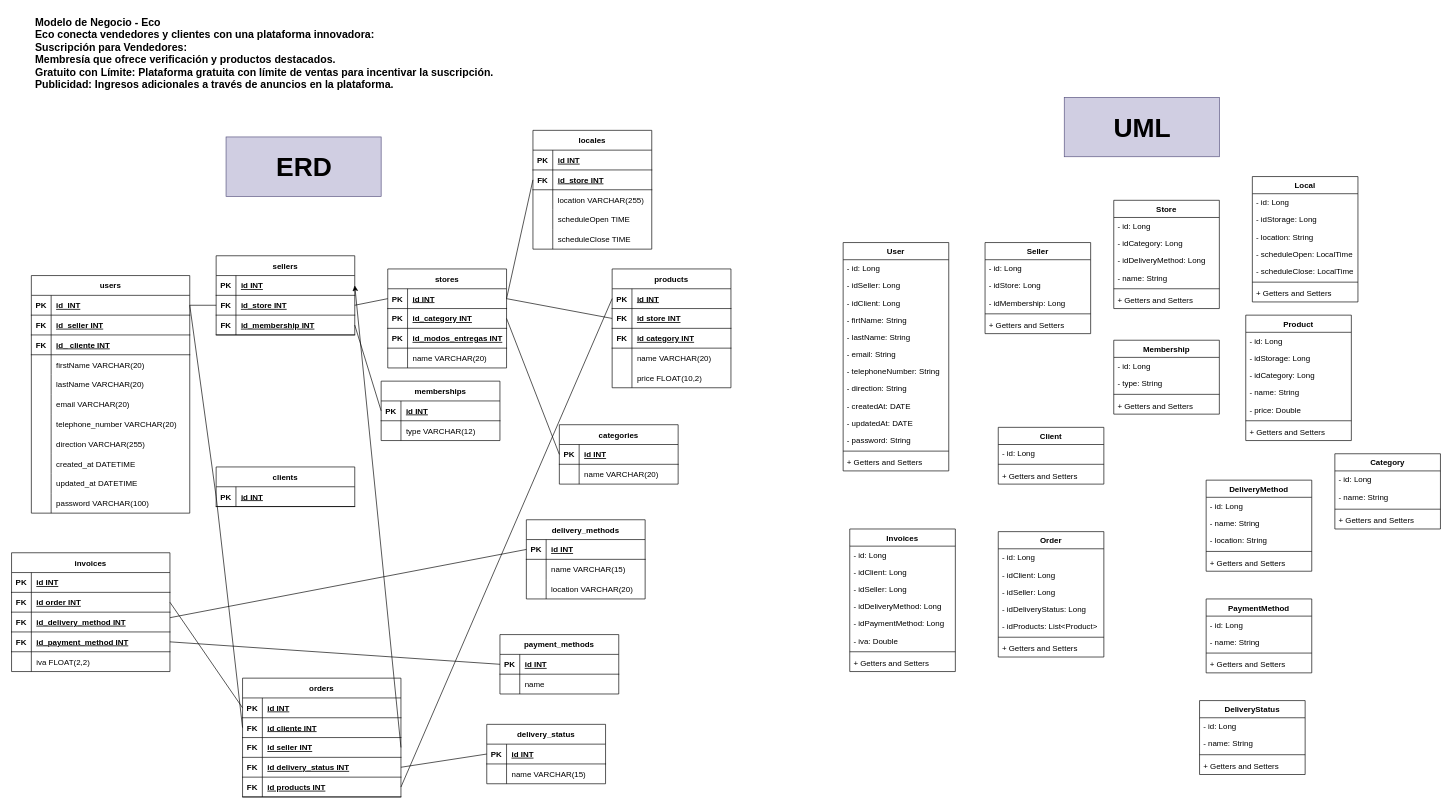
This is Main.drawio from m1gu3l-d3v/marketplace, a draw.io file, before an edit. Source tidied: cells renumbered, new cells numbered last; positions are measured from the earlier drawing's top-left corner, leaving out a move shared by most shapes. Both pictures are drawn from the tidied source at 66%, with x=0, y=0 at pixel (11, 11).
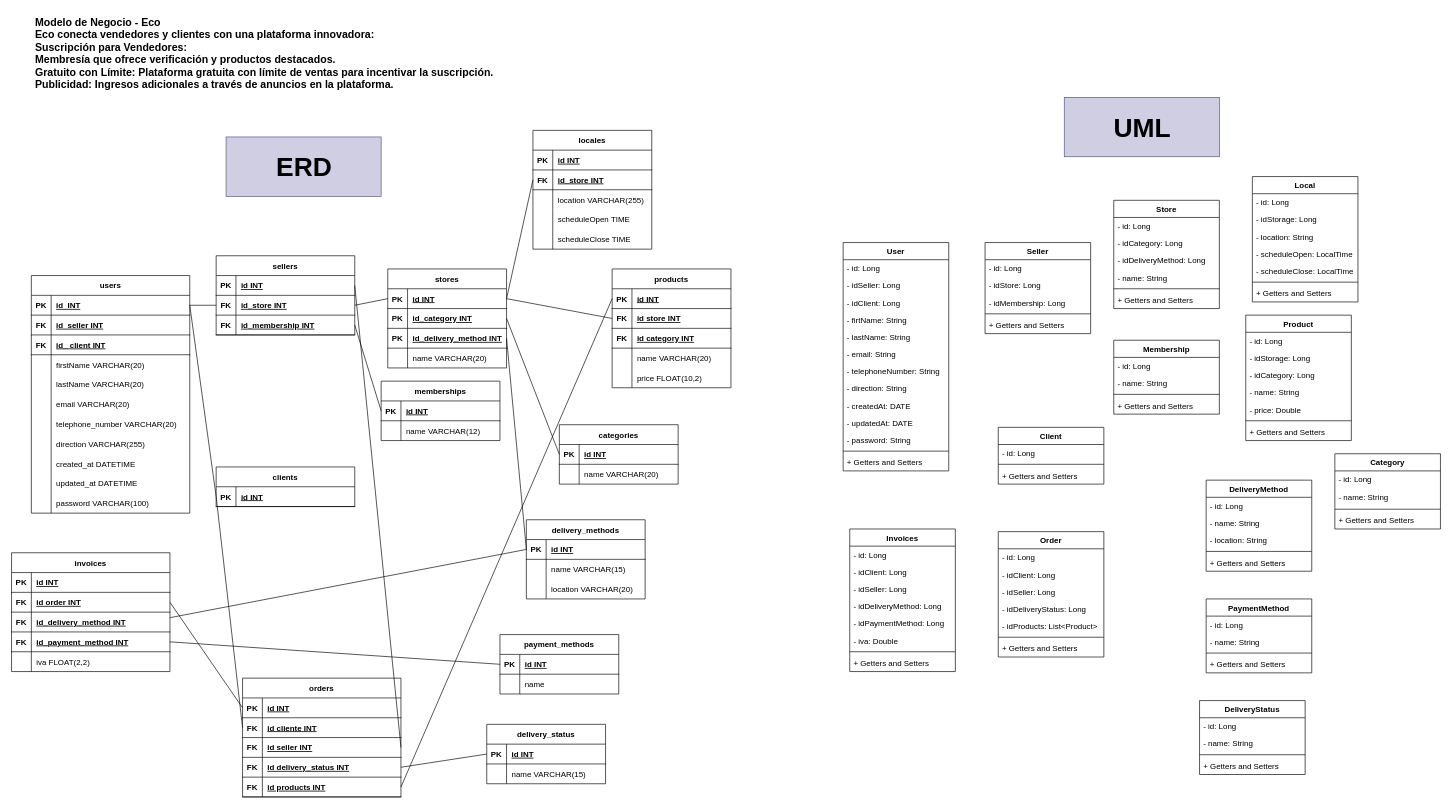
The same page after the edit.

The change refers to these unchanged cells:
```xml
<mxCell id="10" style="shape=tableRow;horizontal=0;startSize=0;swimlaneHead=0;swimlaneBody=0;fillColor=none;top=0;left=0;right=0;bottom=1;" parent="3" vertex="1">
  <mxGeometry y="90" width="240" height="30" as="geometry" />
</mxCell>
<mxCell id="38" style="shape=tableRow;horizontal=0;startSize=0;swimlaneHead=0;swimlaneBody=0;fillColor=none;points=[[0,0.5],[1,0.5]];portConstraint=eastwest;top=0;left=0;right=0;bottom=1;" parent="37" vertex="1">
  <mxGeometry y="30" width="210" height="30" as="geometry" />
</mxCell>
<mxCell id="70" style="shape=tableRow;horizontal=0;startSize=0;swimlaneHead=0;swimlaneBody=0;fillColor=none;points=[[0,0.5],[1,0.5]];portConstraint=eastwest;top=0;left=0;right=0;bottom=1;" parent="63" vertex="1">
  <mxGeometry y="90" width="180" height="30" as="geometry" />
</mxCell>
<mxCell id="84" style="shape=tableRow;horizontal=0;startSize=0;swimlaneHead=0;swimlaneBody=0;fillColor=none;points=[[0,0.5],[1,0.5]];portConstraint=eastwest;top=0;left=0;right=0;bottom=1;" parent="83" vertex="1">
  <mxGeometry y="30" width="210" height="30" as="geometry" />
</mxCell>
<mxCell id="91" style="shape=tableRow;horizontal=0;startSize=0;swimlaneHead=0;swimlaneBody=0;fillColor=none;top=0;left=0;right=0;bottom=0;" parent="87" vertex="1">
  <mxGeometry y="60" width="180" height="30" as="geometry" />
</mxCell>
<mxCell id="121" style="shape=tableRow;horizontal=0;startSize=0;swimlaneHead=0;swimlaneBody=0;fillColor=none;points=[[0,0.5],[1,0.5]];portConstraint=eastwest;top=0;left=0;right=0;bottom=1;" parent="117" vertex="1">
  <mxGeometry y="60" width="240" height="30" as="geometry" />
</mxCell>
<mxCell id="124" style="shape=tableRow;horizontal=0;startSize=0;swimlaneHead=0;swimlaneBody=0;fillColor=none;points=[[0,0.5],[1,0.5]];portConstraint=eastwest;top=0;left=0;right=0;bottom=1;" parent="117" vertex="1">
  <mxGeometry y="90" width="240" height="30" as="geometry" />
</mxCell>
<mxCell id="134" style="shape=tableRow;horizontal=0;startSize=0;swimlaneHead=0;swimlaneBody=0;fillColor=none;points=[[0,0.5],[1,0.5]];portConstraint=eastwest;top=0;left=0;right=0;bottom=1;" parent="133" vertex="1">
  <mxGeometry y="30" width="180" height="30" as="geometry" />
</mxCell>
<mxCell id="179" value="Membership" style="swimlane;fontStyle=1;align=center;verticalAlign=top;horizontal=1;startSize=26;" parent="1" vertex="1">
  <mxGeometry x="1670" y="498" width="160" height="112" as="geometry" />
</mxCell>
```

Change to the diagram source:
```diff
@@
-    <mxCell id="12" value="id_ cliente INT" style="shape=partialRectangle;fillColor=none;top=0;left=0;bottom=0;right=0;align=left;spacingLeft=6;fontStyle=5;overflow=hidden;" parent="10" vertex="1">
+    <mxCell id="12" value="id_ client INT" style="shape=partialRectangle;fillColor=none;top=0;left=0;bottom=0;right=0;align=left;spacingLeft=6;fontStyle=5;overflow=hidden;" parent="10" vertex="1">
       <mxGeometry x="30" width="210" height="30" as="geometry" />
     </mxCell>
@@
-    <mxCell id="72" value="id_modos_entregas INT" style="shape=partialRectangle;fillColor=none;top=0;left=0;bottom=0;right=0;align=left;spacingLeft=6;fontStyle=5;overflow=hidden;" parent="70" vertex="1">
+    <mxCell id="72" value="id_delivery_method INT" style="shape=partialRectangle;fillColor=none;top=0;left=0;bottom=0;right=0;align=left;spacingLeft=6;fontStyle=5;overflow=hidden;" parent="70" vertex="1">
       <mxGeometry x="30" width="150" height="30" as="geometry" />
     </mxCell>
@@
-    <mxCell id="93" value="type VARCHAR(12)" style="shape=partialRectangle;fillColor=none;top=0;left=0;bottom=0;right=0;align=left;spacingLeft=6;overflow=hidden;" parent="91" vertex="1">
+    <mxCell id="93" value="name VARCHAR(12)" style="shape=partialRectangle;fillColor=none;top=0;left=0;bottom=0;right=0;align=left;spacingLeft=6;overflow=hidden;" parent="91" vertex="1">
       <mxGeometry x="30" width="150" height="30" as="geometry" />
     </mxCell>
@@
-    <mxCell id="181" value="- type: String" style="text;strokeColor=none;fillColor=none;align=left;verticalAlign=top;spacingLeft=4;spacingRight=4;overflow=hidden;" parent="179" vertex="1">
+    <mxCell id="181" value="- name: String" style="text;strokeColor=none;fillColor=none;align=left;verticalAlign=top;spacingLeft=4;spacingRight=4;overflow=hidden;" parent="179" vertex="1">
       <mxGeometry y="52" width="160" height="26" as="geometry" />
     </mxCell>
@@
+    <mxCell id="271" style="endArrow=none;html=1;exitX=0;exitY=0.5;exitDx=0;exitDy=0;entryX=0;entryY=0.5;entryDx=0;entryDy=0;" parent="1" edge="1" source="84" target="121">
+      <mxGeometry relative="1" as="geometry" />
+    </mxCell>
-    <mxCell id="270" style="edgeStyle=none;html=1;exitX=1;exitY=0.5;exitDx=0;exitDy=0;entryX=1;entryY=0.5;entryDx=0;entryDy=0;" parent="1" edge="1" source="124" target="38">
+    <mxCell id="270" style="endArrow=none;html=1;entryX=1;entryY=0.5;entryDx=0;entryDy=0;exitX=1;exitY=0.5;exitDx=0;exitDy=0;" parent="1" edge="1" source="124" target="38">
       <mxGeometry relative="1" as="geometry" />
     </mxCell>
-    <mxCell id="271" style="endArrow=none;html=1;exitX=0;exitY=0.5;exitDx=0;exitDy=0;entryX=0;entryY=0.5;entryDx=0;entryDy=0;" parent="1" edge="1" source="84" target="121">
-      <mxGeometry relative="1" as="geometry" />
-    </mxCell>
+    <mxCell id="272" style="endArrow=none;html=1;entryX=1;entryY=0.5;entryDx=0;entryDy=0;exitX=0;exitY=0.5;exitDx=0;exitDy=0;" parent="1" edge="1" source="134" target="70">
+      <mxGeometry relative="1" as="geometry" />
+    </mxCell>
```
